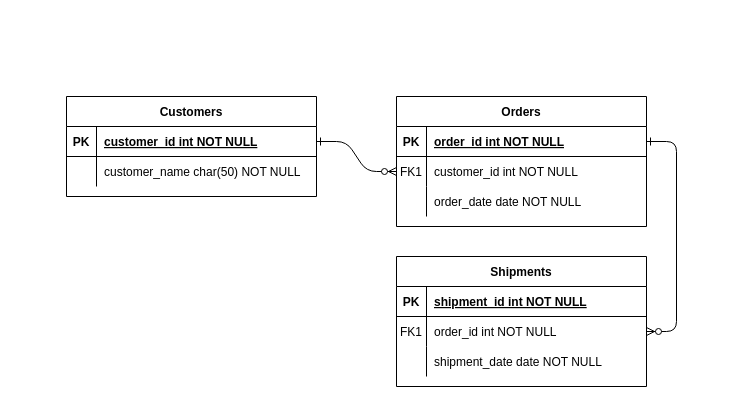
ohyeryung/petpat-co-back keeps this draw.io diagram as src/제목 없는 다이어그램.drawio. Above is the earlier version. Source tidied: cells renumbered, new cells numbered last; positions are measured from the earlier drawing's top-left corner, leaving out a move shared by most shapes. Both pictures are drawn from the tidied source at 100%, with x=0, y=0 at pixel (66, 96).
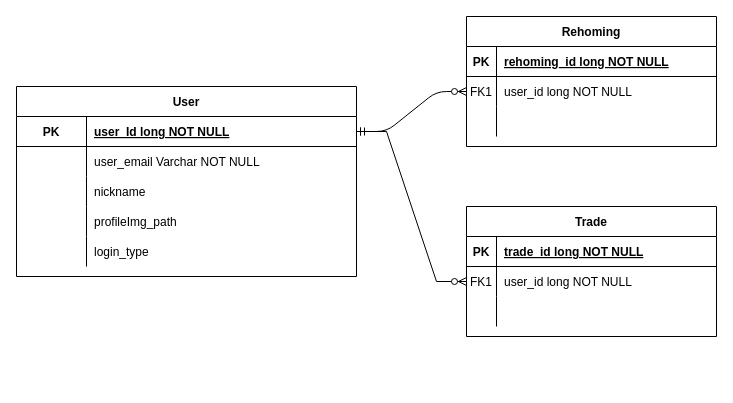
The same page after the edit.

Commit message:
petpat_erd update

Unchanged cells that the change refers to:
```xml
<mxCell id="5" style="shape=partialRectangle;fillColor=none;points=[[0,0.5],[1,0.5]];portConstraint=eastwest;top=0;left=0;right=0;bottom=1;" parent="4" vertex="1">
  <mxGeometry y="30" width="250" height="30" as="geometry" />
</mxCell>
<mxCell id="8" style="shape=partialRectangle;fillColor=none;points=[[0,0.5],[1,0.5]];portConstraint=eastwest;top=0;left=0;right=0;bottom=0;" parent="4" vertex="1">
  <mxGeometry y="60" width="250" height="30" as="geometry" />
</mxCell>
<mxCell id="11" style="shape=partialRectangle;fillColor=none;top=0;left=0;right=0;bottom=0;" parent="4" vertex="1">
  <mxGeometry y="90" width="250" height="30" as="geometry" />
</mxCell>
<mxCell id="15" style="shape=partialRectangle;fillColor=none;top=0;left=0;right=0;bottom=1;" parent="14" vertex="1">
  <mxGeometry y="30" width="250" height="30" as="geometry" />
</mxCell>
<mxCell id="18" style="shape=partialRectangle;fillColor=none;points=[[0,0.5],[1,0.5]];portConstraint=eastwest;top=0;left=0;right=0;bottom=0;" parent="14" vertex="1">
  <mxGeometry y="60" width="250" height="30" as="geometry" />
</mxCell>
<mxCell id="21" style="shape=partialRectangle;fillColor=none;top=0;left=0;right=0;bottom=0;" parent="14" vertex="1">
  <mxGeometry y="90" width="250" height="30" as="geometry" />
</mxCell>
```

Change to the diagram source:
```diff
@@
-    <mxCell id="3" style="edgeStyle=entityRelationEdgeStyle;endArrow=ERzeroToMany;startArrow=ERone;endFill=1;startFill=0;" parent="1" edge="1" source="5" target="18">
-      <mxGeometry relative="1" as="geometry" />
-    </mxCell>
-    <mxCell id="4" value="Orders" style="shape=table;startSize=30;childLayout=tableLayout;rowLines=0;fontStyle=1;align=center;" parent="1" vertex="1">
-      <mxGeometry x="330" width="250" height="130" as="geometry" />
+    <mxCell id="4" value="Rehoming" style="shape=table;startSize=30;childLayout=tableLayout;rowLines=0;fontStyle=1;align=center;" parent="1" vertex="1">
+      <mxGeometry x="400" y="-80" width="250" height="130" as="geometry" />
     </mxCell>
@@
-    <mxCell id="7" value="order_id int NOT NULL " style="shape=partialRectangle;overflow=hidden;fillColor=none;top=0;left=0;bottom=0;right=0;align=left;spacingLeft=6;fontStyle=5;" parent="5" vertex="1">
+    <mxCell id="7" value="rehoming_id long NOT NULL " style="shape=partialRectangle;overflow=hidden;fillColor=none;top=0;left=0;bottom=0;right=0;align=left;spacingLeft=6;fontStyle=5;" parent="5" vertex="1">
       <mxGeometry x="30" width="220" height="30" as="geometry" />
     </mxCell>
@@
-    <mxCell id="10" value="customer_id int NOT NULL" style="shape=partialRectangle;overflow=hidden;fillColor=none;top=0;left=0;bottom=0;right=0;align=left;spacingLeft=6;" parent="8" vertex="1">
+    <mxCell id="10" value="user_id long NOT NULL " style="shape=partialRectangle;overflow=hidden;fillColor=none;top=0;left=0;bottom=0;right=0;align=left;spacingLeft=6;" parent="8" vertex="1">
       <mxGeometry x="30" width="220" height="30" as="geometry" />
     </mxCell>
@@
-    <mxCell id="13" value="order_date date NOT NULL" style="shape=partialRectangle;overflow=hidden;fillColor=none;top=0;left=0;bottom=0;right=0;align=left;spacingLeft=6;" parent="11" vertex="1">
+    <mxCell id="13" style="shape=partialRectangle;overflow=hidden;fillColor=none;top=0;left=0;bottom=0;right=0;align=left;spacingLeft=6;" parent="11" vertex="1">
       <mxGeometry x="30" width="220" height="30" as="geometry" />
     </mxCell>
-    <mxCell id="14" value="Shipments" style="shape=table;startSize=30;childLayout=tableLayout;rowLines=0;fontStyle=1;align=center;" parent="1" vertex="1">
-      <mxGeometry x="330" y="160" width="250" height="130" as="geometry" />
+    <mxCell id="14" value="Trade" style="shape=table;startSize=30;childLayout=tableLayout;rowLines=0;fontStyle=1;align=center;" parent="1" vertex="1">
+      <mxGeometry x="400" y="110" width="250" height="130" as="geometry" />
     </mxCell>
@@
-    <mxCell id="17" value="shipment_id int NOT NULL " style="shape=partialRectangle;overflow=hidden;fillColor=none;top=0;left=0;bottom=0;right=0;align=left;spacingLeft=6;fontStyle=5;" parent="15" vertex="1">
+    <mxCell id="17" value="trade_id long NOT NULL " style="shape=partialRectangle;overflow=hidden;fillColor=none;top=0;left=0;bottom=0;right=0;align=left;spacingLeft=6;fontStyle=5;" parent="15" vertex="1">
       <mxGeometry x="30" width="220" height="30" as="geometry" />
     </mxCell>
@@
-    <mxCell id="20" value="order_id int NOT NULL" style="shape=partialRectangle;overflow=hidden;fillColor=none;top=0;left=0;bottom=0;right=0;align=left;spacingLeft=6;" parent="18" vertex="1">
+    <mxCell id="20" value="user_id long NOT NULL" style="shape=partialRectangle;overflow=hidden;fillColor=none;top=0;left=0;bottom=0;right=0;align=left;spacingLeft=6;" parent="18" vertex="1">
       <mxGeometry x="30" width="220" height="30" as="geometry" />
     </mxCell>
@@
-    <mxCell id="23" value="shipment_date date NOT NULL" style="shape=partialRectangle;overflow=hidden;fillColor=none;top=0;left=0;bottom=0;right=0;align=left;spacingLeft=6;" parent="21" vertex="1">
+    <mxCell id="23" style="shape=partialRectangle;overflow=hidden;fillColor=none;top=0;left=0;bottom=0;right=0;align=left;spacingLeft=6;" parent="21" vertex="1">
       <mxGeometry x="30" width="220" height="30" as="geometry" />
     </mxCell>
-    <mxCell id="24" value="Customers" style="shape=table;startSize=30;childLayout=tableLayout;rowLines=0;fontStyle=1;align=center;" parent="1" vertex="1">
-      <mxGeometry width="250" height="100" as="geometry" />
+    <mxCell id="24" value="User" style="shape=table;startSize=30;childLayout=tableLayout;rowLines=0;fontStyle=1;align=center;" parent="1" vertex="1">
+      <mxGeometry x="-50" y="-10" width="340" height="190" as="geometry" />
     </mxCell>
     <mxCell id="25" style="shape=partialRectangle;fillColor=none;points=[[0,0.5],[1,0.5]];portConstraint=eastwest;top=0;left=0;right=0;bottom=1;" parent="24" vertex="1">
-      <mxGeometry y="30" width="250" height="30" as="geometry" />
+      <mxGeometry y="30" width="340" height="30" as="geometry" />
     </mxCell>
     <mxCell id="26" value="PK" style="shape=partialRectangle;overflow=hidden;fillColor=none;top=0;left=0;bottom=0;right=0;fontStyle=1;" parent="25" vertex="1">
-      <mxGeometry width="30" height="30" as="geometry" />
+      <mxGeometry width="70" height="30" as="geometry" />
     </mxCell>
-    <mxCell id="27" value="customer_id int NOT NULL " style="shape=partialRectangle;overflow=hidden;fillColor=none;top=0;left=0;bottom=0;right=0;align=left;spacingLeft=6;fontStyle=5;" parent="25" vertex="1">
-      <mxGeometry x="30" width="220" height="30" as="geometry" />
+    <mxCell id="27" value="user_Id long NOT NULL" style="shape=partialRectangle;overflow=hidden;fillColor=none;top=0;left=0;bottom=0;right=0;align=left;spacingLeft=6;fontStyle=5;" parent="25" vertex="1">
+      <mxGeometry x="70" width="270" height="30" as="geometry" />
     </mxCell>
+    <mxCell id="31" style="shape=partialRectangle;fillColor=none;top=0;left=0;right=0;bottom=0;" parent="24" vertex="1">
+      <mxGeometry y="60" width="340" height="30" as="geometry" />
+    </mxCell>
+    <mxCell id="32" style="shape=partialRectangle;overflow=hidden;fillColor=none;top=0;left=0;bottom=0;right=0;" parent="31" vertex="1">
+      <mxGeometry width="70" height="30" as="geometry" />
+    </mxCell>
+    <mxCell id="33" value="user_email Varchar NOT NULL" style="shape=partialRectangle;overflow=hidden;fillColor=none;top=0;left=0;bottom=0;right=0;align=left;spacingLeft=6;" parent="31" vertex="1">
+      <mxGeometry x="70" width="270" height="30" as="geometry" />
+    </mxCell>
     <mxCell id="28" style="shape=partialRectangle;fillColor=none;top=0;left=0;right=0;bottom=0;" parent="24" vertex="1">
-      <mxGeometry y="60" width="250" height="30" as="geometry" />
+      <mxGeometry y="90" width="340" height="30" as="geometry" />
     </mxCell>
     <mxCell id="29" style="shape=partialRectangle;overflow=hidden;fillColor=none;top=0;left=0;bottom=0;right=0;" parent="28" vertex="1">
-      <mxGeometry width="30" height="30" as="geometry" />
+      <mxGeometry width="70" height="30" as="geometry" />
     </mxCell>
-    <mxCell id="30" value="customer_name char(50) NOT NULL" style="shape=partialRectangle;overflow=hidden;fillColor=none;top=0;left=0;bottom=0;right=0;align=left;spacingLeft=6;" parent="28" vertex="1">
-      <mxGeometry x="30" width="220" height="30" as="geometry" />
+    <mxCell id="30" value="nickname" style="shape=partialRectangle;overflow=hidden;fillColor=none;top=0;left=0;bottom=0;right=0;align=left;spacingLeft=6;" parent="28" vertex="1">
+      <mxGeometry x="70" width="270" height="30" as="geometry" />
     </mxCell>
+    <mxCell id="34" style="shape=partialRectangle;fillColor=none;top=0;left=0;right=0;bottom=0;" parent="24" vertex="1">
+      <mxGeometry y="120" width="340" height="30" as="geometry" />
+    </mxCell>
+    <mxCell id="35" style="shape=partialRectangle;overflow=hidden;fillColor=none;top=0;left=0;bottom=0;right=0;" parent="34" vertex="1">
+      <mxGeometry width="70" height="30" as="geometry" />
+    </mxCell>
+    <mxCell id="36" value="profileImg_path" style="shape=partialRectangle;overflow=hidden;fillColor=none;top=0;left=0;bottom=0;right=0;align=left;spacingLeft=6;" parent="34" vertex="1">
+      <mxGeometry x="70" width="270" height="30" as="geometry" />
+    </mxCell>
+    <mxCell id="37" style="shape=partialRectangle;fillColor=none;top=0;left=0;right=0;bottom=0;" parent="24" vertex="1">
+      <mxGeometry y="150" width="340" height="30" as="geometry" />
+    </mxCell>
+    <mxCell id="38" style="shape=partialRectangle;overflow=hidden;fillColor=none;top=0;left=0;bottom=0;right=0;" parent="37" vertex="1">
+      <mxGeometry width="70" height="30" as="geometry" />
+    </mxCell>
+    <mxCell id="39" value="login_type" style="shape=partialRectangle;overflow=hidden;fillColor=none;top=0;left=0;bottom=0;right=0;align=left;spacingLeft=6;" parent="37" vertex="1">
+      <mxGeometry x="70" width="270" height="30" as="geometry" />
+    </mxCell>
+    <mxCell id="40" style="edgeStyle=entityRelationEdgeStyle;fontSize=12;html=1;endArrow=ERzeroToMany;startArrow=ERmandOne;rounded=0;exitX=1;exitY=0.5;exitDx=0;exitDy=0;entryX=0;entryY=0.5;entryDx=0;entryDy=0;" parent="1" edge="1" source="25" target="18">
+      <mxGeometry relative="1" as="geometry" />
+    </mxCell>
```
